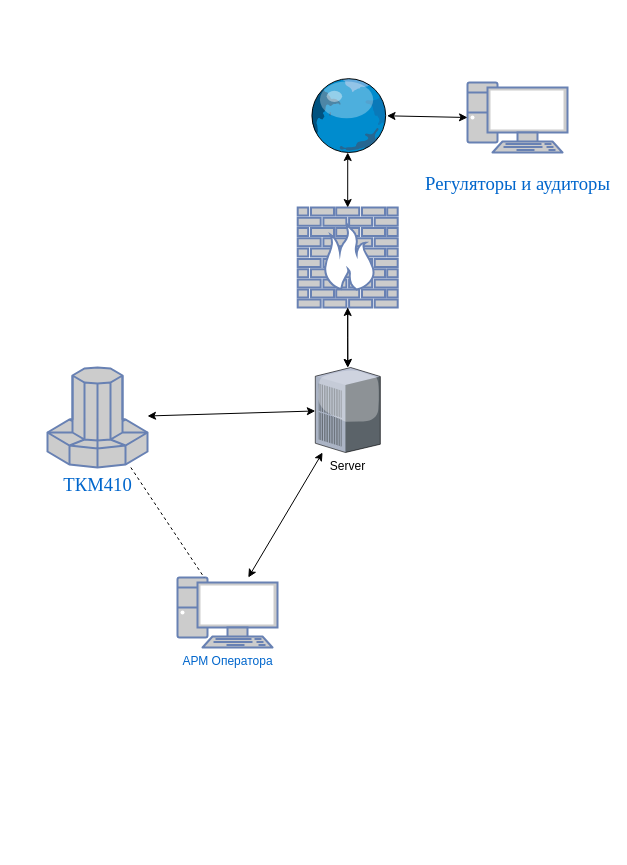
Above: уацуауцауцауцавыа.drawio in 1DeMeNToR1/RocketModUpdater_32 (draw.io), before the change. Source tidied: cells renumbered, new cells numbered last; positions are measured from the earlier drawing's top-left corner, leaving out a move shared by most shapes. Both pictures are drawn from the tidied source at 100%, with x=0, y=0 at pixel (47, 77).
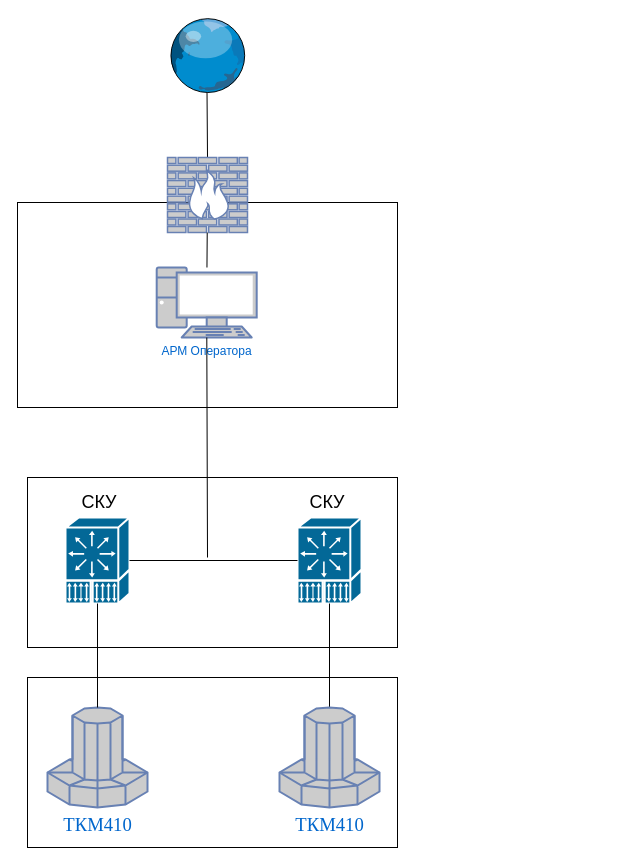
After the change.

What changed in the source:
```diff
@@
-    <mxCell id="2" style="edgeStyle=orthogonalEdgeStyle;rounded=0;jettySize=auto;html=1;" parent="1" edge="1" source="3" target="6">
-      <mxGeometry relative="1" as="geometry" />
-    </mxCell>
-    <mxCell id="3" style="fontColor=#0066CC;verticalAlign=top;verticalLabelPosition=bottom;labelPosition=center;align=center;html=1;outlineConnect=0;fillColor=#CCCCCC;strokeColor=#6881B3;gradientColor=none;gradientDirection=north;strokeWidth=2;shape=mxgraph.networks.firewall;" parent="1" vertex="1">
-      <mxGeometry x="250.2" y="130" width="100" height="100" as="geometry" />
-    </mxCell>
+    <mxCell id="15" style="rounded=0;whiteSpace=wrap;html=1;" parent="1" vertex="1">
+      <mxGeometry x="-20" y="600" width="370" height="170" as="geometry" />
+    </mxCell>
+    <mxCell id="16" style="rounded=0;whiteSpace=wrap;html=1;" parent="1" vertex="1">
+      <mxGeometry x="-20" y="400" width="370" height="170" as="geometry" />
+    </mxCell>
+    <mxCell id="17" style="rounded=0;whiteSpace=wrap;html=1;" parent="1" vertex="1">
+      <mxGeometry x="-30" y="125" width="380" height="205" as="geometry" />
+    </mxCell>
     <mxCell id="4" style="verticalLabelPosition=bottom;sketch=0;html=1;verticalAlign=top;strokeColor=none;align=center;outlineConnect=0;shape=mxgraph.citrix.globe;" parent="1" vertex="1">
-      <mxGeometry x="261" width="78.5" height="75" as="geometry" />
+      <mxGeometry x="120" y="-60" width="78.5" height="75" as="geometry" />
     </mxCell>
-    <mxCell id="5" style="endArrow=classic;startArrow=classic;html=1;rounded=0;exitX=0.5;exitY=0;exitDx=0;exitDy=0;exitPerimeter=0;" parent="1" edge="1" source="3" target="4">
-      <mxGeometry relative="1" as="geometry" />
-    </mxCell>
-    <mxCell id="6" value="Server" style="verticalLabelPosition=bottom;sketch=0;html=1;verticalAlign=top;strokeColor=none;align=center;outlineConnect=0;shape=mxgraph.citrix.pbx_server;" parent="1" vertex="1">
-      <mxGeometry x="267.8" y="290" width="65" height="85" as="geometry" />
-    </mxCell>
-    <mxCell id="7" style="endArrow=classic;startArrow=classic;html=1;rounded=0;entryX=0.5;entryY=1;entryDx=0;entryDy=0;entryPerimeter=0;" parent="1" edge="1" source="6" target="3">
-      <mxGeometry relative="1" as="geometry" />
-    </mxCell>
     <mxCell id="8" value="&lt;span style=&quot;font-size:14.0pt;font-family:&amp;quot;Times New Roman&amp;quot;,serif;&lt;br/&gt;mso-fareast-font-family:&amp;quot;Times New Roman&amp;quot;;mso-ansi-language:RU;mso-fareast-language:&lt;br/&gt;ZH-CN;mso-bidi-language:AR-SA&quot;&gt;ТКМ410&lt;/span&gt;" style="fontColor=#0066CC;verticalAlign=top;verticalLabelPosition=bottom;labelPosition=center;align=center;html=1;outlineConnect=0;fillColor=#CCCCCC;strokeColor=#6881B3;gradientColor=none;gradientDirection=north;strokeWidth=2;shape=mxgraph.networks.supercomputer;" parent="1" vertex="1">
-      <mxGeometry y="290" width="100" height="100" as="geometry" />
+      <mxGeometry y="630" width="100" height="100" as="geometry" />
     </mxCell>
     <mxCell id="9" value="АРМ Оператора&lt;div&gt;&lt;br&gt;&lt;/div&gt;" style="fontColor=#0066CC;verticalAlign=top;verticalLabelPosition=bottom;labelPosition=center;align=center;html=1;outlineConnect=0;fillColor=#CCCCCC;strokeColor=#6881B3;gradientColor=none;gradientDirection=north;strokeWidth=2;shape=mxgraph.networks.pc;" parent="1" vertex="1">
-      <mxGeometry x="130" y="500" width="100" height="70" as="geometry" />
+      <mxGeometry x="109.2" y="190" width="100" height="70" as="geometry" />
     </mxCell>
-    <mxCell id="10" style="endArrow=classic;startArrow=classic;html=1;rounded=0;" parent="1" edge="1" source="8" target="6">
-      <mxGeometry relative="1" as="geometry" />
-    </mxCell>
-    <mxCell id="11" style="endArrow=classic;startArrow=classic;html=1;rounded=0;" parent="1" edge="1" source="9" target="6">
-      <mxGeometry relative="1" as="geometry" />
-    </mxCell>
-    <mxCell id="12" style="endArrow=none;dashed=1;html=1;rounded=0;" parent="1" edge="1" source="8" target="9">
-      <mxGeometry relative="1" as="geometry" />
-    </mxCell>
-    <mxCell id="13" value="&#10;&lt;span style=&quot;font-size:14.0pt;font-family:&amp;quot;Times New Roman&amp;quot;,serif;&#10;mso-fareast-font-family:&amp;quot;Times New Roman&amp;quot;;mso-ansi-language:RU;mso-fareast-language:&#10;ZH-CN;mso-bidi-language:AR-SA&quot;&gt;Регуляторы и аудиторы&lt;/span&gt;&#10;&#10;&#10;&#10;" style="fontColor=#0066CC;verticalAlign=top;verticalLabelPosition=bottom;labelPosition=center;align=center;html=1;outlineConnect=0;fillColor=#CCCCCC;strokeColor=#6881B3;gradientColor=none;gradientDirection=north;strokeWidth=2;shape=mxgraph.networks.pc;" parent="1" vertex="1">
-      <mxGeometry x="420" y="5" width="100" height="70" as="geometry" />
-    </mxCell>
-    <mxCell id="14" style="endArrow=classic;startArrow=classic;html=1;rounded=0;entryX=0;entryY=0.5;entryDx=0;entryDy=0;entryPerimeter=0;" parent="1" edge="1" source="4" target="13">
-      <mxGeometry relative="1" as="geometry" />
-    </mxCell>
+    <mxCell id="5" style="endArrow=none;html=1;rounded=0;exitX=0.5;exitY=0;exitDx=0;exitDy=0;exitPerimeter=0;" parent="1" edge="1" source="3" target="4">
+      <mxGeometry relative="1" as="geometry" />
+    </mxCell>
+    <mxCell id="3" style="fontColor=#0066CC;verticalAlign=top;verticalLabelPosition=bottom;labelPosition=center;align=center;html=1;outlineConnect=0;fillColor=#CCCCCC;strokeColor=#6881B3;gradientColor=none;gradientDirection=north;strokeWidth=2;shape=mxgraph.networks.firewall;" parent="1" vertex="1">
+      <mxGeometry x="120" y="80" width="80" height="75" as="geometry" />
+    </mxCell>
+    <mxCell id="18" style="shape=mxgraph.cisco.computers_and_peripherals.pc_adapter_card;sketch=0;html=1;dashed=0;fillColor=#036897;strokeColor=#ffffff;strokeWidth=2;verticalLabelPosition=bottom;verticalAlign=top;align=center;outlineConnect=0;" parent="1" vertex="1">
+      <mxGeometry x="18" y="440" width="64" height="86" as="geometry" />
+    </mxCell>
+    <mxCell id="19" style="shape=mxgraph.cisco.computers_and_peripherals.pc_adapter_card;sketch=0;html=1;dashed=0;fillColor=#036897;strokeColor=#ffffff;strokeWidth=2;verticalLabelPosition=bottom;verticalAlign=top;align=center;outlineConnect=0;" parent="1" vertex="1">
+      <mxGeometry x="250" y="440" width="64" height="86" as="geometry" />
+    </mxCell>
+    <mxCell id="20" style="endArrow=none;html=1;rounded=0;" parent="1" edge="1" source="18" target="19">
+      <mxGeometry relative="1" as="geometry" />
+    </mxCell>
+    <mxCell id="21" style="endArrow=none;html=1;rounded=0;" parent="1" edge="1" target="18">
+      <mxGeometry relative="1" as="geometry">
+        <mxPoint x="50" y="630" as="sourcePoint" />
+      </mxGeometry>
+    </mxCell>
+    <mxCell id="22" style="endArrow=none;html=1;rounded=0;" parent="1" edge="1" target="19">
+      <mxGeometry relative="1" as="geometry">
+        <mxPoint x="282" y="630" as="sourcePoint" />
+      </mxGeometry>
+    </mxCell>
+    <mxCell id="23" value="&lt;span style=&quot;font-size:14.0pt;font-family:&amp;quot;Times New Roman&amp;quot;,serif;&lt;br/&gt;mso-fareast-font-family:&amp;quot;Times New Roman&amp;quot;;mso-ansi-language:RU;mso-fareast-language:&lt;br/&gt;ZH-CN;mso-bidi-language:AR-SA&quot;&gt;ТКМ410&lt;/span&gt;" style="fontColor=#0066CC;verticalAlign=top;verticalLabelPosition=bottom;labelPosition=center;align=center;html=1;fillColor=#CCCCCC;strokeColor=#6881B3;gradientColor=none;gradientDirection=north;strokeWidth=2;shape=mxgraph.networks.supercomputer;" parent="1" vertex="1">
+      <mxGeometry x="232" y="630" width="100" height="100" as="geometry" />
+    </mxCell>
+    <mxCell id="24" value="&lt;font style=&quot;font-size: 18px;&quot;&gt;СКУ&lt;/font&gt;" style="text;html=1;align=center;verticalAlign=middle;whiteSpace=wrap;rounded=0;" parent="1" vertex="1">
+      <mxGeometry x="22" y="410" width="60" height="30" as="geometry" />
+    </mxCell>
+    <mxCell id="25" value="&lt;font style=&quot;font-size: 18px;&quot;&gt;СКУ&lt;/font&gt;" style="text;html=1;align=center;verticalAlign=middle;whiteSpace=wrap;rounded=0;" parent="1" vertex="1">
+      <mxGeometry x="250" y="410" width="60" height="30" as="geometry" />
+    </mxCell>
+    <mxCell id="26" style="endArrow=none;html=1;rounded=0;" parent="1" edge="1" source="9">
+      <mxGeometry relative="1" as="geometry">
+        <mxPoint x="160" y="480" as="targetPoint" />
+      </mxGeometry>
+    </mxCell>
+    <mxCell id="27" style="endArrow=none;html=1;rounded=0;" parent="1" edge="1" source="3" target="9">
+      <mxGeometry relative="1" as="geometry" />
+    </mxCell>
```
